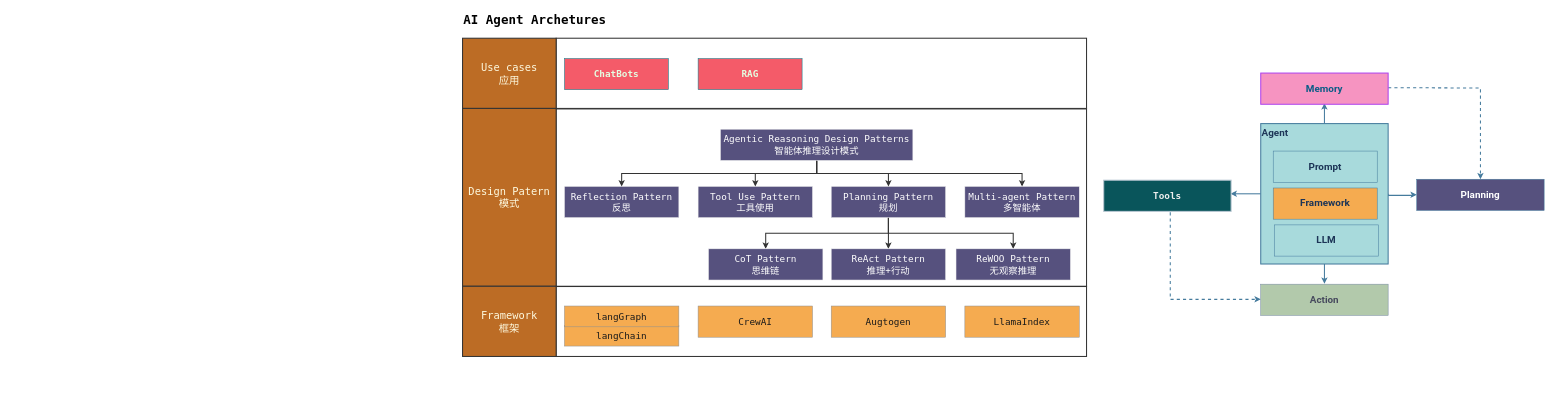
Above: drawio/Agentic Reasoning Design Patterns.drawio in feuyeux/hello-ai (draw.io), before the change. Source tidied: cells renumbered, new cells numbered last; positions are measured from the earlier drawing's top-left corner, leaving out a move shared by most shapes. Both pictures are drawn from the tidied source at 52%, with x=0, y=0 at pixel (462, 9).
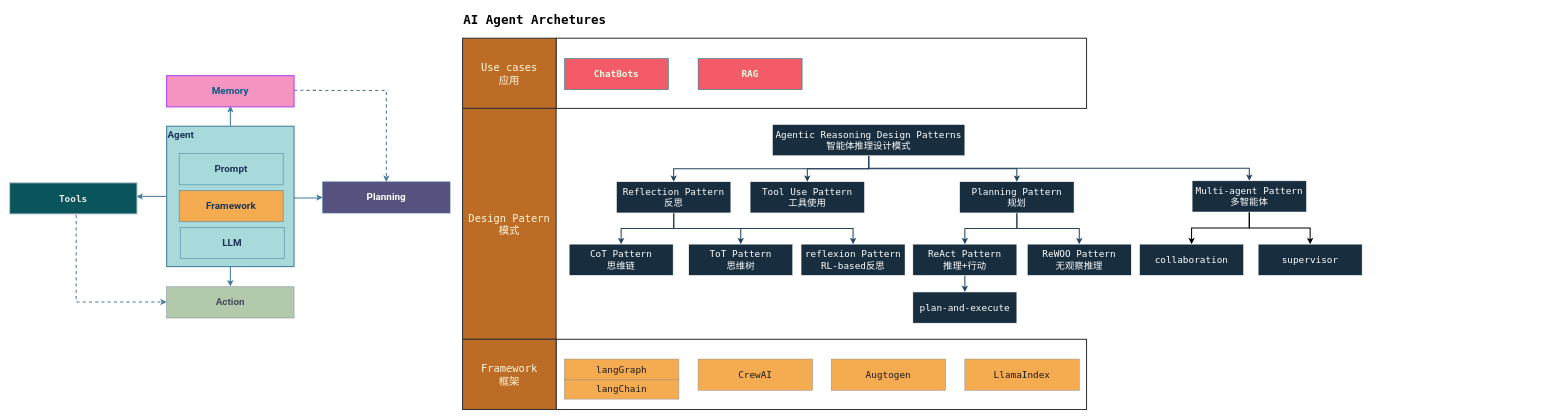
After the change.

Diff of the diagram source:
```diff
@@
-    <mxCell id="2" style="rounded=0;whiteSpace=wrap;html=1;fillColor=none;strokeWidth=2;strokeColor=#333333;" parent="1" vertex="1">
-      <mxGeometry x="180" y="192" width="1020" height="341.5" as="geometry" />
-    </mxCell>
     <mxCell id="3" style="rounded=0;whiteSpace=wrap;html=1;fillColor=none;strokeWidth=2;strokeColor=#333333;" parent="1" vertex="1">
-      <mxGeometry x="180" y="533" width="1020" height="135" as="geometry" />
+      <mxGeometry x="180" y="635" width="1020" height="135" as="geometry" />
     </mxCell>
@@
     <mxCell id="5" value="langChain" style="rounded=0;whiteSpace=wrap;labelBackgroundColor=none;fillColor=#F5AB50;strokeColor=#909090;fontColor=#1A1A1A;fontFamily=Monaco;fontSize=18;" parent="1" vertex="1">
-      <mxGeometry x="196" y="608" width="220" height="40" as="geometry" />
+      <mxGeometry x="196" y="710" width="220" height="40" as="geometry" />
     </mxCell>
-    <mxCell id="6" style="edgeStyle=orthogonalEdgeStyle;rounded=0;jettySize=auto;exitX=0.5;exitY=1;exitDx=0;exitDy=0;labelBackgroundColor=none;strokeColor=#333333;fontColor=default;fontFamily=Monaco;fontSize=18;strokeWidth=2;" parent="1" edge="1" source="9" target="14">
-      <mxGeometry relative="1" as="geometry" />
+    <mxCell id="6" style="edgeStyle=orthogonalEdgeStyle;rounded=0;orthogonalLoop=1;jettySize=auto;exitX=0.5;exitY=1;exitDx=0;exitDy=0;labelBackgroundColor=none;strokeColor=#333333;fontColor=default;fontFamily=Monaco;fontSize=18;strokeWidth=2;" parent="1" edge="1">
+      <mxGeometry relative="1" as="geometry">
+        <mxPoint x="583" y="461" as="targetPoint" />
+      </mxGeometry>
     </mxCell>
-    <mxCell id="7" style="edgeStyle=orthogonalEdgeStyle;rounded=0;jettySize=auto;exitX=0.5;exitY=1;exitDx=0;exitDy=0;labelBackgroundColor=none;strokeColor=#333333;fontColor=default;fontFamily=Monaco;fontSize=18;strokeWidth=2;" parent="1" edge="1" source="9" target="13">
-      <mxGeometry relative="1" as="geometry" />
+    <mxCell id="7" style="edgeStyle=orthogonalEdgeStyle;rounded=0;orthogonalLoop=1;jettySize=auto;exitX=0.5;exitY=1;exitDx=0;exitDy=0;labelBackgroundColor=none;strokeColor=#333333;fontColor=default;fontFamily=Monaco;fontSize=18;strokeWidth=2;" parent="1" edge="1">
+      <mxGeometry relative="1" as="geometry">
+        <mxPoint x="819" y="461" as="targetPoint" />
+      </mxGeometry>
     </mxCell>
-    <mxCell id="8" style="edgeStyle=orthogonalEdgeStyle;rounded=0;jettySize=auto;exitX=0.5;exitY=1;exitDx=0;exitDy=0;labelBackgroundColor=none;strokeColor=#333333;fontColor=default;fontFamily=Monaco;fontSize=18;strokeWidth=2;" parent="1" edge="1" source="9" target="20">
-      <mxGeometry relative="1" as="geometry" />
+    <mxCell id="8" style="edgeStyle=orthogonalEdgeStyle;rounded=0;orthogonalLoop=1;jettySize=auto;exitX=0.5;exitY=1;exitDx=0;exitDy=0;labelBackgroundColor=none;strokeColor=#333333;fontColor=default;fontFamily=Monaco;fontSize=18;strokeWidth=2;" parent="1" edge="1">
+      <mxGeometry relative="1" as="geometry">
+        <mxPoint x="1059" y="461" as="targetPoint" />
+      </mxGeometry>
     </mxCell>
-    <mxCell id="9" value="Planning Pattern&#10;规划" style="rounded=0;whiteSpace=wrap;labelBackgroundColor=none;fillColor=#56517E;strokeColor=#EEEEEE;fontColor=#FFFFFF;fontFamily=Monaco;fontSize=18;" parent="1" vertex="1">
-      <mxGeometry x="709" y="341" width="220" height="60" as="geometry" />
-    </mxCell>
-    <mxCell id="10" value="Tool Use Pattern&#10;工具使用" style="rounded=0;whiteSpace=wrap;labelBackgroundColor=none;fillColor=#56517E;strokeColor=#EEEEEE;fontColor=#FFFFFF;fontFamily=Monaco;fontSize=18;" parent="1" vertex="1">
-      <mxGeometry x="453" y="341" width="220" height="60" as="geometry" />
-    </mxCell>
-    <mxCell id="11" value="Multi-agent Pattern&#10;多智能体" style="rounded=0;whiteSpace=wrap;labelBackgroundColor=none;fillColor=#56517E;strokeColor=#EEEEEE;fontColor=#FFFFFF;fontFamily=Monaco;fontSize=18;" parent="1" vertex="1">
-      <mxGeometry x="966" y="341" width="220" height="60" as="geometry" />
-    </mxCell>
-    <mxCell id="12" value="Reflection Pattern&#10;反思" style="rounded=0;whiteSpace=wrap;labelBackgroundColor=none;fillColor=#56517E;strokeColor=#EEEEEE;fontColor=#FFFFFF;fontFamily=Monaco;fontSize=18;" parent="1" vertex="1">
-      <mxGeometry x="196" y="341" width="220" height="60" as="geometry" />
-    </mxCell>
-    <mxCell id="13" value="ReAct Pattern&#10;推理+行动" style="rounded=0;whiteSpace=wrap;labelBackgroundColor=none;fillColor=#56517E;strokeColor=#EEEEEE;fontColor=#FFFFFF;fontFamily=Monaco;fontSize=18;" parent="1" vertex="1">
-      <mxGeometry x="709" y="461" width="220" height="60" as="geometry" />
-    </mxCell>
-    <mxCell id="14" value="CoT Pattern&#10; 思维链" style="rounded=0;whiteSpace=wrap;labelBackgroundColor=none;fillColor=#56517E;strokeColor=#EEEEEE;fontColor=#FFFFFF;fontFamily=Monaco;fontSize=18;" parent="1" vertex="1">
-      <mxGeometry x="473" y="461" width="220" height="60" as="geometry" />
-    </mxCell>
-    <mxCell id="15" style="edgeStyle=orthogonalEdgeStyle;rounded=0;jettySize=auto;html=1;exitX=0.5;exitY=1;exitDx=0;exitDy=0;strokeColor=#333333;strokeWidth=2;fontSize=18;" parent="1" edge="1" source="19" target="12">
-      <mxGeometry relative="1" as="geometry" />
-    </mxCell>
-    <mxCell id="16" style="edgeStyle=orthogonalEdgeStyle;rounded=0;jettySize=auto;html=1;exitX=0.5;exitY=1;exitDx=0;exitDy=0;strokeColor=#333333;strokeWidth=2;fontSize=18;" parent="1" edge="1" source="19" target="10">
-      <mxGeometry relative="1" as="geometry" />
-    </mxCell>
-    <mxCell id="17" style="edgeStyle=orthogonalEdgeStyle;rounded=0;jettySize=auto;html=1;exitX=0.5;exitY=1;exitDx=0;exitDy=0;entryX=0.5;entryY=0;entryDx=0;entryDy=0;strokeColor=#333333;strokeWidth=2;fontSize=18;" parent="1" edge="1" source="19" target="9">
-      <mxGeometry relative="1" as="geometry" />
-    </mxCell>
-    <mxCell id="18" style="edgeStyle=orthogonalEdgeStyle;rounded=0;jettySize=auto;html=1;exitX=0.5;exitY=1;exitDx=0;exitDy=0;strokeColor=#333333;strokeWidth=2;fontSize=18;" parent="1" edge="1" source="19" target="11">
-      <mxGeometry relative="1" as="geometry" />
-    </mxCell>
-    <mxCell id="19" value="Agentic Reasoning Design Patterns&#10;智能体推理设计模式" style="rounded=0;whiteSpace=wrap;labelBackgroundColor=none;fillColor=#56517E;strokeColor=#EEEEEE;fontColor=#FFFFFF;fontFamily=Monaco;fontSize=18;" parent="1" vertex="1">
-      <mxGeometry x="496" y="231" width="370" height="60" as="geometry" />
-    </mxCell>
-    <mxCell id="20" value="ReWOO Pattern&#10;无观察推理" style="rounded=0;whiteSpace=wrap;labelBackgroundColor=none;fillColor=#56517E;strokeColor=#EEEEEE;fontColor=#FFFFFF;fontFamily=Monaco;fontSize=18;" parent="1" vertex="1">
-      <mxGeometry x="949" y="461" width="220" height="60" as="geometry" />
-    </mxCell>
     <mxCell id="21" value="CrewAI" style="rounded=0;whiteSpace=wrap;labelBackgroundColor=none;fillColor=#F5AB50;strokeColor=#909090;fontColor=#1A1A1A;fontFamily=Monaco;fontSize=18;" parent="1" vertex="1">
-      <mxGeometry x="453" y="571" width="220" height="60" as="geometry" />
+      <mxGeometry x="453" y="673" width="220" height="60" as="geometry" />
     </mxCell>
     <mxCell id="22" value="langGraph" style="rounded=0;whiteSpace=wrap;labelBackgroundColor=none;fillColor=#F5AB50;strokeColor=#909090;fontColor=#1A1A1A;fontFamily=Monaco;fontSize=18;" parent="1" vertex="1">
-      <mxGeometry x="196" y="571" width="220" height="40" as="geometry" />
+      <mxGeometry x="196" y="673" width="220" height="40" as="geometry" />
     </mxCell>
     <mxCell id="23" value="Augtogen" style="rounded=0;whiteSpace=wrap;labelBackgroundColor=none;fillColor=#F5AB50;strokeColor=#909090;fontColor=#1A1A1A;fontFamily=Monaco;fontSize=18;" parent="1" vertex="1">
-      <mxGeometry x="709" y="571" width="220" height="60" as="geometry" />
+      <mxGeometry x="709" y="673" width="220" height="60" as="geometry" />
     </mxCell>
     <mxCell id="24" value="LlamaIndex" style="rounded=0;whiteSpace=wrap;labelBackgroundColor=none;fillColor=#F5AB50;strokeColor=#909090;fontColor=#1A1A1A;fontFamily=Monaco;fontSize=18;" parent="1" vertex="1">
-      <mxGeometry x="966" y="571" width="220" height="60" as="geometry" />
+      <mxGeometry x="966" y="673" width="220" height="60" as="geometry" />
     </mxCell>
@@
     <mxCell id="28" value="Design Patern&lt;div&gt;模式&lt;/div&gt;" style="rounded=0;whiteSpace=wrap;html=1;strokeColor=#333333;fontColor=#FEFAE0;fillColor=#BC6C25;fontFamily=Monaco;fontSize=20;labelBackgroundColor=none;strokeWidth=2;" parent="1" vertex="1">
-      <mxGeometry y="191" width="180" height="342" as="geometry" />
+      <mxGeometry y="191" width="180" height="444" as="geometry" />
     </mxCell>
     <mxCell id="29" value="Framework&lt;div&gt;框架&lt;/div&gt;" style="rounded=0;whiteSpace=wrap;html=1;strokeColor=#333333;fontColor=#FEFAE0;fillColor=#BC6C25;fontFamily=Monaco;fontSize=20;labelBackgroundColor=none;strokeWidth=2;" parent="1" vertex="1">
-      <mxGeometry y="533" width="180" height="135" as="geometry" />
+      <mxGeometry y="635" width="180" height="135" as="geometry" />
     </mxCell>
@@
     <mxCell id="31" style="edgeStyle=orthogonalEdgeStyle;rounded=0;jettySize=auto;html=1;exitX=0.5;exitY=0;exitDx=0;exitDy=0;entryX=0.5;entryY=1;entryDx=0;entryDy=0;strokeColor=#457B9D;fontColor=#1D3557;fillColor=#A8DADC;strokeWidth=2;" parent="1" edge="1" source="35">
       <mxGeometry relative="1" as="geometry">
-        <mxPoint x="1657.5" y="181.2" as="targetPoint" />
+        <mxPoint x="-446.5" y="186.2" as="targetPoint" />
       </mxGeometry>
     </mxCell>
     <mxCell id="32" style="edgeStyle=orthogonalEdgeStyle;rounded=0;jettySize=auto;html=1;exitX=1;exitY=0.5;exitDx=0;exitDy=0;entryX=0;entryY=0.5;entryDx=0;entryDy=0;strokeColor=#457B9D;fontColor=#1D3557;fillColor=#A8DADC;strokeWidth=2;" parent="1" edge="1" source="35" target="41">
       <mxGeometry relative="1" as="geometry">
         <Array as="points">
-          <mxPoint x="1780" y="358.2" />
-          <mxPoint x="1829" y="358.2" />
+          <mxPoint x="-324" y="363.2" />
+          <mxPoint x="-275" y="363.2" />
         </Array>
       </mxGeometry>
     </mxCell>
     <mxCell id="33" style="edgeStyle=orthogonalEdgeStyle;rounded=0;jettySize=auto;html=1;exitX=0;exitY=0.5;exitDx=0;exitDy=0;entryX=1;entryY=0.5;entryDx=0;entryDy=0;strokeColor=#457B9D;fontColor=#1D3557;fillColor=#A8DADC;strokeWidth=2;" parent="1" edge="1" source="35">
       <mxGeometry relative="1" as="geometry">
-        <mxPoint x="1477" y="355.2" as="targetPoint" />
+        <mxPoint x="-627" y="360.2" as="targetPoint" />
       </mxGeometry>
     </mxCell>
     <mxCell id="34" style="edgeStyle=orthogonalEdgeStyle;rounded=0;jettySize=auto;html=1;exitX=0.5;exitY=1;exitDx=0;exitDy=0;strokeColor=#457B9D;fontColor=#1D3557;fillColor=#A8DADC;strokeWidth=2;" parent="1" edge="1" source="35">
       <mxGeometry relative="1" as="geometry">
-        <mxPoint x="1657.5" y="528.2" as="targetPoint" />
+        <mxPoint x="-446.5" y="533.2" as="targetPoint" />
       </mxGeometry>
     </mxCell>
     <mxCell id="35" value="Agent" style="rounded=0;whiteSpace=wrap;html=1;hachureGap=4;fontFamily=Roboto;fontStyle=1;fontSize=19;labelBackgroundColor=none;fillColor=#A8DADC;strokeColor=#457B9D;fontColor=#1D3557;verticalAlign=top;align=left;strokeWidth=2;" parent="1" vertex="1">
-      <mxGeometry x="1535" y="220.2" width="245" height="270" as="geometry" />
+      <mxGeometry x="-569" y="225.2" width="245" height="270" as="geometry" />
     </mxCell>
     <mxCell id="36" value="Prompt" style="rounded=0;whiteSpace=wrap;html=1;hachureGap=4;fontFamily=Roboto;fontStyle=1;fontSize=19;labelBackgroundColor=none;fillColor=#A8DADC;strokeColor=#457B9D;fontColor=#1D3557;" parent="1" vertex="1">
-      <mxGeometry x="1559" y="273" width="200" height="60" as="geometry" />
+      <mxGeometry x="-545" y="278" width="200" height="60" as="geometry" />
     </mxCell>
     <mxCell id="37" style="edgeStyle=orthogonalEdgeStyle;rounded=0;orthogonalLoop=1;jettySize=auto;html=1;exitX=0.5;exitY=1;exitDx=0;exitDy=0;entryX=0;entryY=0.5;entryDx=0;entryDy=0;strokeColor=#457B9D;fontColor=#1D3557;fillColor=#A8DADC;strokeWidth=2;dashed=1;" parent="1" edge="1">
       <mxGeometry relative="1" as="geometry">
-        <mxPoint x="1354.5" y="385.2" as="sourcePoint" />
-        <mxPoint x="1535" y="558.2" as="targetPoint" />
+        <mxPoint x="-749.5" y="390.2" as="sourcePoint" />
+        <mxPoint x="-569" y="563.2" as="targetPoint" />
         <Array as="points">
-          <mxPoint x="1361" y="385" />
-          <mxPoint x="1361" y="558" />
+          <mxPoint x="-743" y="390" />
+          <mxPoint x="-743" y="563" />
         </Array>
       </mxGeometry>
     </mxCell>
     <mxCell id="38" value="Framework" style="rounded=0;whiteSpace=wrap;labelBackgroundColor=none;fillColor=#F5AB50;strokeColor=#457B9D;fontColor=#1D3557;fontFamily=Roboto;fontSize=19;fontStyle=1;" parent="1" vertex="1">
-      <mxGeometry x="1559" y="344" width="200" height="60" as="geometry" />
+      <mxGeometry x="-545" y="349" width="200" height="60" as="geometry" />
     </mxCell>
     <mxCell id="39" style="edgeStyle=orthogonalEdgeStyle;rounded=0;jettySize=auto;html=1;exitX=1;exitY=0.5;exitDx=0;exitDy=0;entryX=0.5;entryY=0;entryDx=0;entryDy=0;strokeColor=#457B9D;fontColor=#1D3557;fillColor=#A8DADC;strokeWidth=2;dashed=1;" parent="1" edge="1" target="41">
       <mxGeometry relative="1" as="geometry">
-        <mxPoint x="1780" y="151.2" as="sourcePoint" />
+        <mxPoint x="-324" y="156.2" as="sourcePoint" />
       </mxGeometry>
     </mxCell>
     <mxCell id="40" value="LLM" style="rounded=0;whiteSpace=wrap;html=1;hachureGap=4;fontFamily=Roboto;fontStyle=1;fontSize=19;labelBackgroundColor=none;fillColor=#A8DADC;strokeColor=#457B9D;fontColor=#1D3557;" parent="1" vertex="1">
-      <mxGeometry x="1561" y="415" width="200" height="60" as="geometry" />
+      <mxGeometry x="-543" y="420" width="200" height="60" as="geometry" />
     </mxCell>
     <mxCell id="41" value="Planning" style="rounded=0;whiteSpace=wrap;html=1;hachureGap=4;fontFamily=Roboto;fontStyle=1;fontSize=19;labelBackgroundColor=none;fillColor=#56517E;strokeColor=#457B9D;fontColor=#FFFFFF;" parent="1" vertex="1">
-      <mxGeometry x="1835" y="327.2" width="245" height="60" as="geometry" />
+      <mxGeometry x="-269" y="332.2" width="245" height="60" as="geometry" />
     </mxCell>
     <mxCell id="42" value="Memory" style="rounded=0;whiteSpace=wrap;html=1;hachureGap=4;fontFamily=Roboto;fontStyle=1;fontSize=19;labelBackgroundColor=none;fillColor=#F694C1;strokeColor=#AF45ED;fontColor=#095C86;strokeWidth=2;" parent="1" vertex="1">
-      <mxGeometry x="1535" y="123" width="245" height="60" as="geometry" />
+      <mxGeometry x="-569" y="128" width="245" height="60" as="geometry" />
     </mxCell>
     <mxCell id="43" value="Tools" style="rounded=0;whiteSpace=wrap;html=1;hachureGap=4;fontFamily=Monaco;fontStyle=1;fontSize=18;labelBackgroundColor=none;fillColor=#09555B;strokeColor=#BAC8D3;fontColor=#EEEEEE;strokeWidth=2;" parent="1" vertex="1">
-      <mxGeometry x="1233" y="329" width="245" height="60" as="geometry" />
+      <mxGeometry x="-871" y="334" width="245" height="60" as="geometry" />
     </mxCell>
     <mxCell id="44" value="Action" style="rounded=0;whiteSpace=wrap;html=1;hachureGap=4;fontFamily=Roboto;fontStyle=1;fontSize=19;labelBackgroundColor=none;fillColor=#B2C9AB;strokeColor=#788AA3;fontColor=#46495D;" parent="1" vertex="1">
-      <mxGeometry x="1535" y="529" width="245" height="60" as="geometry" />
+      <mxGeometry x="-569" y="534" width="245" height="60" as="geometry" />
     </mxCell>
+    <mxCell id="45" style="edgeStyle=orthogonalEdgeStyle;rounded=0;jettySize=auto;exitX=0.5;exitY=1;exitDx=0;exitDy=0;labelBackgroundColor=none;strokeColor=#23445D;fontColor=default;fontFamily=Monaco;fontSize=18;strokeWidth=2;" parent="1" edge="1" source="12" target="53">
+      <mxGeometry relative="1" as="geometry" />
+    </mxCell>
+    <mxCell id="46" style="edgeStyle=orthogonalEdgeStyle;rounded=0;jettySize=auto;exitX=0.5;exitY=1;exitDx=0;exitDy=0;labelBackgroundColor=none;strokeColor=#23445D;fontColor=default;fontFamily=Monaco;fontSize=18;strokeWidth=2;" parent="1" edge="1" source="9" target="13">
+      <mxGeometry relative="1" as="geometry" />
+    </mxCell>
+    <mxCell id="47" style="edgeStyle=orthogonalEdgeStyle;rounded=0;jettySize=auto;exitX=0.5;exitY=1;exitDx=0;exitDy=0;labelBackgroundColor=none;strokeColor=#23445D;fontColor=default;fontFamily=Monaco;fontSize=18;strokeWidth=2;" parent="1" edge="1" source="9" target="20">
+      <mxGeometry relative="1" as="geometry" />
+    </mxCell>
+    <mxCell id="9" value="Planning Pattern&#10;规划" style="rounded=0;whiteSpace=wrap;labelBackgroundColor=none;fillColor=#182E3E;strokeColor=#FFFFFF;fontColor=#FFFFFF;fontFamily=Monaco;fontSize=18;" parent="1" vertex="1">
+      <mxGeometry x="956" y="332" width="220" height="60" as="geometry" />
+    </mxCell>
+    <mxCell id="10" value="Tool Use Pattern&#10;工具使用" style="rounded=0;whiteSpace=wrap;labelBackgroundColor=none;fillColor=#182E3E;strokeColor=#FFFFFF;fontColor=#FFFFFF;fontFamily=Monaco;fontSize=18;" parent="1" vertex="1">
+      <mxGeometry x="553" y="332" width="220" height="60" as="geometry" />
+    </mxCell>
+    <mxCell id="48" style="edgeStyle=orthogonalEdgeStyle;rounded=0;jettySize=auto;html=1;exitX=0.5;exitY=1;exitDx=0;exitDy=0;strokeWidth=2;" parent="1" edge="1" source="11" target="56">
+      <mxGeometry relative="1" as="geometry" />
+    </mxCell>
+    <mxCell id="49" style="edgeStyle=orthogonalEdgeStyle;rounded=0;jettySize=auto;html=1;exitX=0.5;exitY=1;exitDx=0;exitDy=0;entryX=0.5;entryY=0;entryDx=0;entryDy=0;strokeWidth=2;" parent="1" edge="1" source="11" target="57">
+      <mxGeometry relative="1" as="geometry" />
+    </mxCell>
+    <mxCell id="11" value="Multi-agent Pattern&#10;多智能体" style="rounded=0;whiteSpace=wrap;labelBackgroundColor=none;fillColor=#182E3E;strokeColor=#FFFFFF;fontColor=#FFFFFF;fontFamily=Monaco;fontSize=18;" parent="1" vertex="1">
+      <mxGeometry x="1403" y="330.2" width="220" height="60" as="geometry" />
+    </mxCell>
+    <mxCell id="50" style="edgeStyle=orthogonalEdgeStyle;rounded=0;jettySize=auto;html=1;exitX=0.5;exitY=1;exitDx=0;exitDy=0;entryX=0.5;entryY=0;entryDx=0;entryDy=0;strokeWidth=2;labelBackgroundColor=none;strokeColor=#23445D;fontColor=default;" parent="1" edge="1" source="12" target="14">
+      <mxGeometry relative="1" as="geometry" />
+    </mxCell>
+    <mxCell id="51" style="edgeStyle=orthogonalEdgeStyle;rounded=0;jettySize=auto;html=1;exitX=0.5;exitY=1;exitDx=0;exitDy=0;strokeWidth=2;labelBackgroundColor=none;strokeColor=#23445D;fontColor=default;" parent="1" edge="1" source="12" target="54">
+      <mxGeometry relative="1" as="geometry" />
+    </mxCell>
+    <mxCell id="12" value="Reflection Pattern&#10;反思" style="rounded=0;whiteSpace=wrap;labelBackgroundColor=none;fillColor=#182E3E;strokeColor=#FFFFFF;fontColor=#FFFFFF;fontFamily=Monaco;fontSize=18;" parent="1" vertex="1">
+      <mxGeometry x="296" y="332" width="220" height="60" as="geometry" />
+    </mxCell>
+    <mxCell id="52" style="edgeStyle=orthogonalEdgeStyle;rounded=0;hachureGap=4;jettySize=auto;html=1;exitX=0.5;exitY=1;exitDx=0;exitDy=0;entryX=0.5;entryY=0;entryDx=0;entryDy=0;strokeColor=#23445D;fontFamily=Architects Daughter;strokeWidth=2;" parent="1" edge="1" source="13" target="55">
+      <mxGeometry relative="1" as="geometry" />
+    </mxCell>
+    <mxCell id="13" value="ReAct Pattern&#10;推理+行动" style="rounded=0;whiteSpace=wrap;labelBackgroundColor=none;fillColor=#182E3E;strokeColor=#FFFFFF;fontColor=#FFFFFF;fontFamily=Monaco;fontSize=18;" parent="1" vertex="1">
+      <mxGeometry x="866" y="452" width="200" height="60" as="geometry" />
+    </mxCell>
+    <mxCell id="53" value="ToT Pattern&#10; 思维树" style="rounded=0;whiteSpace=wrap;labelBackgroundColor=none;fillColor=#182E3E;strokeColor=#FFFFFF;fontColor=#FFFFFF;fontFamily=Monaco;fontSize=18;" parent="1" vertex="1">
+      <mxGeometry x="435" y="452" width="200" height="60" as="geometry" />
+    </mxCell>
+    <mxCell id="15" style="edgeStyle=orthogonalEdgeStyle;rounded=0;jettySize=auto;html=1;exitX=0.5;exitY=1;exitDx=0;exitDy=0;strokeColor=#23445D;strokeWidth=2;fontSize=18;labelBackgroundColor=none;fontColor=default;" parent="1" edge="1" source="19" target="12">
+      <mxGeometry relative="1" as="geometry" />
+    </mxCell>
+    <mxCell id="16" style="edgeStyle=orthogonalEdgeStyle;rounded=0;jettySize=auto;html=1;exitX=0.5;exitY=1;exitDx=0;exitDy=0;strokeColor=#23445D;strokeWidth=2;fontSize=18;labelBackgroundColor=none;fontColor=default;" parent="1" edge="1" source="19" target="10">
+      <mxGeometry relative="1" as="geometry" />
+    </mxCell>
+    <mxCell id="17" style="edgeStyle=orthogonalEdgeStyle;rounded=0;jettySize=auto;html=1;exitX=0.5;exitY=1;exitDx=0;exitDy=0;entryX=0.5;entryY=0;entryDx=0;entryDy=0;strokeColor=#23445D;strokeWidth=2;fontSize=18;labelBackgroundColor=none;fontColor=default;" parent="1" edge="1" source="19" target="9">
+      <mxGeometry relative="1" as="geometry" />
+    </mxCell>
+    <mxCell id="18" style="edgeStyle=orthogonalEdgeStyle;rounded=0;jettySize=auto;html=1;exitX=0.5;exitY=1;exitDx=0;exitDy=0;strokeColor=#23445D;strokeWidth=2;fontSize=18;labelBackgroundColor=none;fontColor=default;" parent="1" edge="1" source="19" target="11">
+      <mxGeometry relative="1" as="geometry" />
+    </mxCell>
+    <mxCell id="19" value="Agentic Reasoning Design Patterns&#10;智能体推理设计模式" style="rounded=0;whiteSpace=wrap;labelBackgroundColor=none;fillColor=#182E3E;strokeColor=#FFFFFF;fontColor=#FFFFFF;fontFamily=Monaco;fontSize=18;" parent="1" vertex="1">
+      <mxGeometry x="596" y="222" width="370" height="60" as="geometry" />
+    </mxCell>
+    <mxCell id="20" value="ReWOO Pattern&#10;无观察推理" style="rounded=0;whiteSpace=wrap;labelBackgroundColor=none;fillColor=#182E3E;strokeColor=#FFFFFF;fontColor=#FFFFFF;fontFamily=Monaco;fontSize=18;" parent="1" vertex="1">
+      <mxGeometry x="1086" y="452" width="200" height="60" as="geometry" />
+    </mxCell>
+    <mxCell id="14" value="CoT Pattern&#10; 思维链" style="rounded=0;whiteSpace=wrap;labelBackgroundColor=none;fillColor=#182E3E;strokeColor=#FFFFFF;fontColor=#FFFFFF;fontFamily=Monaco;fontSize=18;" parent="1" vertex="1">
+      <mxGeometry x="205" y="452" width="200" height="60" as="geometry" />
+    </mxCell>
+    <mxCell id="54" value="reflexion Pattern&#10;RL-based反思" style="rounded=0;whiteSpace=wrap;labelBackgroundColor=none;fillColor=#182E3E;strokeColor=#FFFFFF;fontColor=#FFFFFF;fontFamily=Monaco;fontSize=18;" parent="1" vertex="1">
+      <mxGeometry x="651" y="452" width="200" height="60" as="geometry" />
+    </mxCell>
+    <mxCell id="55" value="plan-and-execute" style="rounded=0;whiteSpace=wrap;labelBackgroundColor=none;fillColor=#182E3E;strokeColor=#FFFFFF;fontColor=#FFFFFF;fontFamily=Monaco;fontSize=18;" parent="1" vertex="1">
+      <mxGeometry x="866" y="544" width="200" height="60" as="geometry" />
+    </mxCell>
+    <mxCell id="56" value="collaboration" style="rounded=0;whiteSpace=wrap;labelBackgroundColor=none;fillColor=#182E3E;strokeColor=#FFFFFF;fontColor=#FFFFFF;fontFamily=Monaco;fontSize=18;" parent="1" vertex="1">
+      <mxGeometry x="1302" y="452" width="200" height="60" as="geometry" />
+    </mxCell>
+    <mxCell id="57" value="supervisor" style="rounded=0;whiteSpace=wrap;labelBackgroundColor=none;fillColor=#182E3E;strokeColor=#FFFFFF;fontColor=#FFFFFF;fontFamily=Monaco;fontSize=18;" parent="1" vertex="1">
+      <mxGeometry x="1530" y="452" width="200" height="60" as="geometry" />
+    </mxCell>
```
